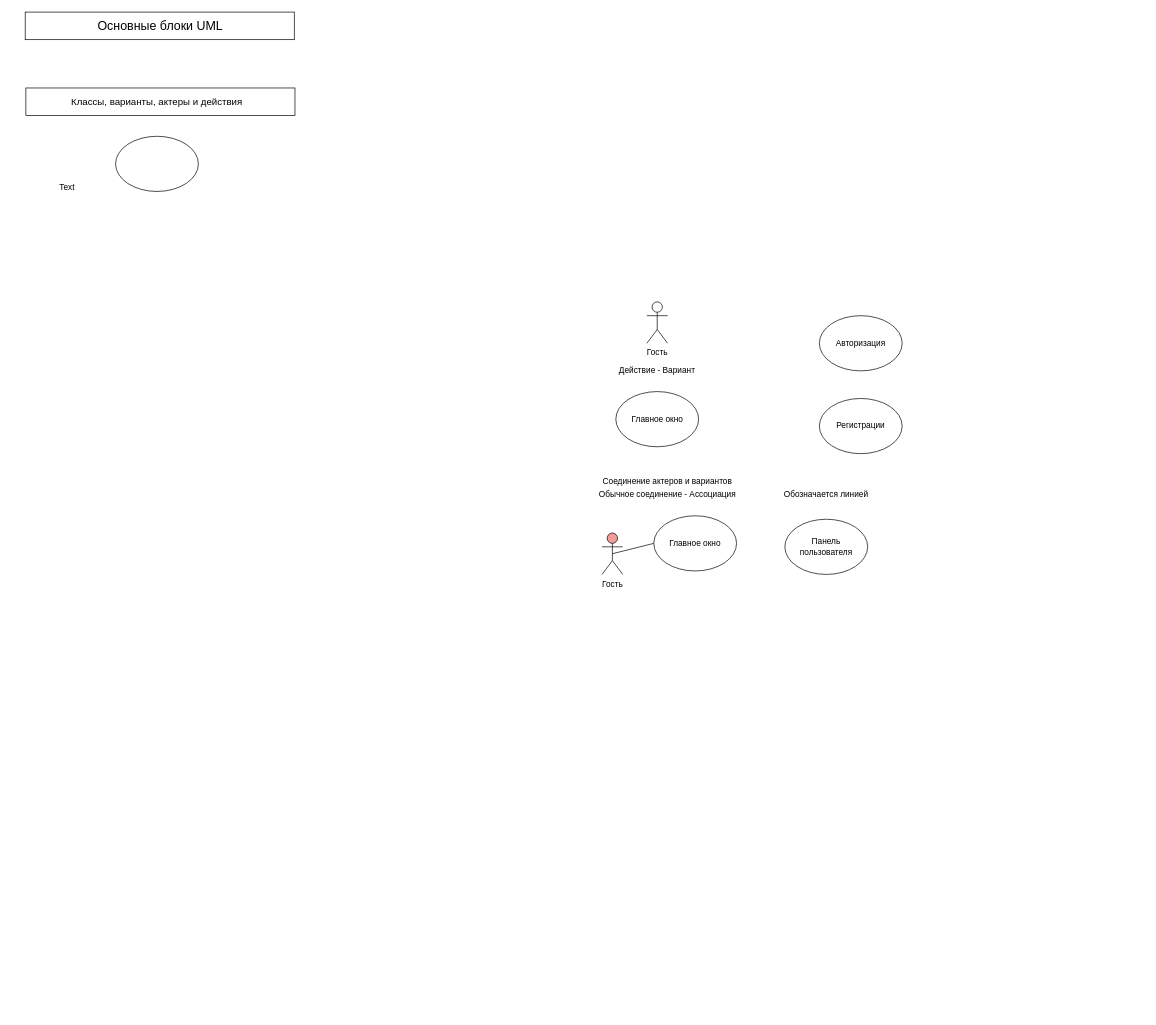
Before: вариант лекция.drawio in Mans0406/task1-22iSandP, a draw.io diagram. Source tidied: cells renumbered, new cells numbered last; positions are measured from the earlier drawing's top-left corner, leaving out a move shared by most shapes. Both pictures are drawn from the tidied source at 69%, with x=0, y=0 at pixel (12, 12).
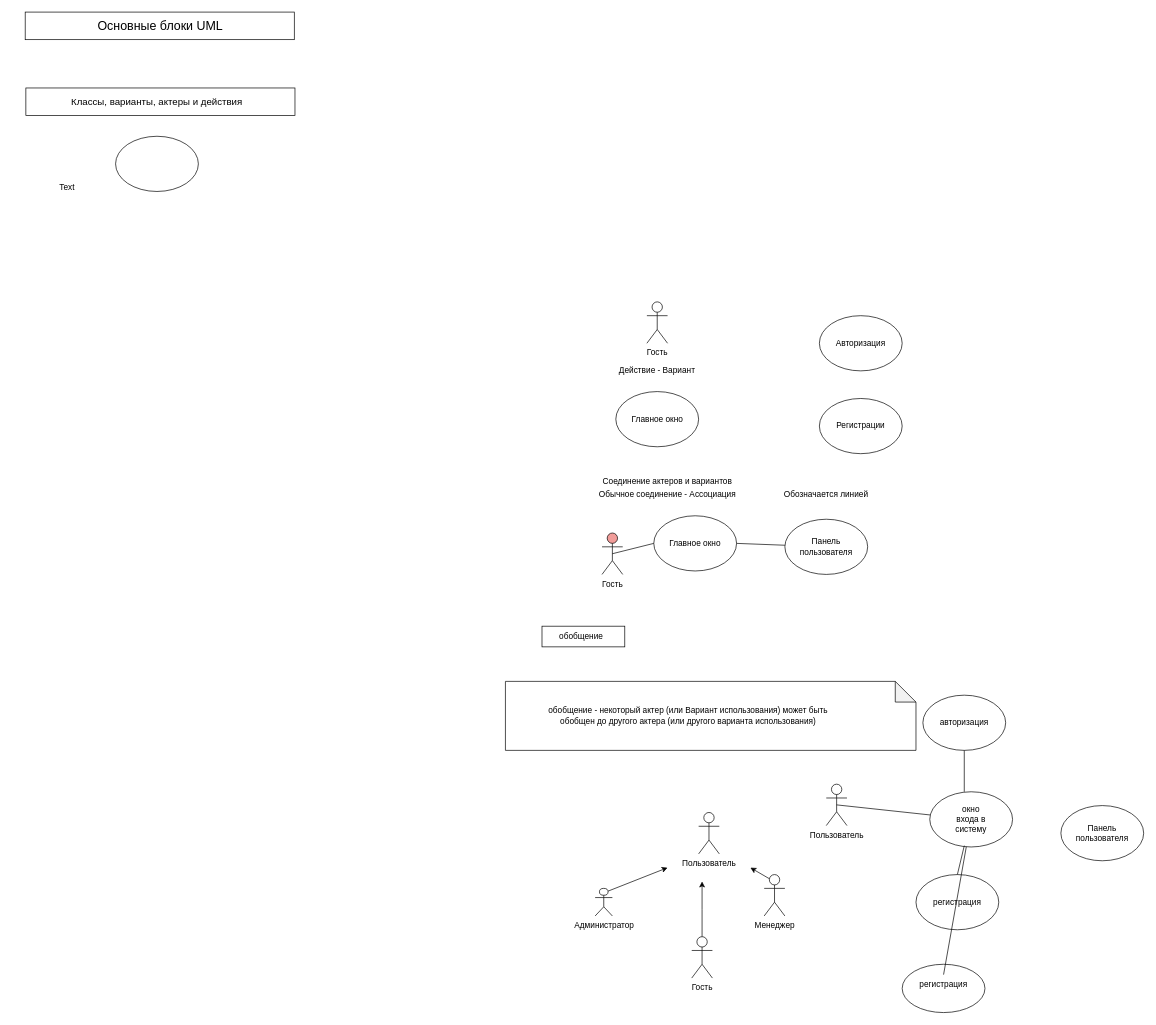
The same diagram, later.

Unchanged cells that the change refers to:
```xml
<mxCell id="23" style="ellipse;whiteSpace=wrap;html=1;" parent="1" vertex="1">
  <mxGeometry x="1120" y="735" width="120" height="80" as="geometry" />
</mxCell>
```

Change to the diagram source:
```diff
@@
+    <mxCell id="25" style="rounded=0;jettySize=auto;html=1;endArrow=none;endFill=0;" parent="1" edge="1" target="23">
+      <mxGeometry relative="1" as="geometry">
+        <mxPoint x="1050" y="770" as="sourcePoint" />
+      </mxGeometry>
+    </mxCell>
@@
+    <mxCell id="26" style="rounded=0;whiteSpace=wrap;html=1;" parent="1" vertex="1">
+      <mxGeometry x="768" y="890" width="120" height="30" as="geometry" />
+    </mxCell>
+    <mxCell id="27" value="обобщение" style="text;html=1;align=center;verticalAlign=middle;whiteSpace=wrap;rounded=0;" parent="1" vertex="1">
+      <mxGeometry x="795" y="890" width="60" height="30" as="geometry" />
+    </mxCell>
+    <mxCell id="28" style="shape=note;whiteSpace=wrap;html=1;backgroundOutline=1;darkOpacity=0.05;" parent="1" vertex="1">
+      <mxGeometry x="715" y="970" width="595" height="100" as="geometry" />
+    </mxCell>
+    <mxCell id="29" value="обобщение - некоторый актер (или Вариант использования) может быть обобщен до другого актера (или другого варианта использования)" style="text;html=1;align=center;verticalAlign=middle;whiteSpace=wrap;rounded=0;" parent="1" vertex="1">
+      <mxGeometry x="750" y="980" width="460" height="80" as="geometry" />
+    </mxCell>
+    <mxCell id="30" value="Пользователь" style="shape=umlActor;verticalLabelPosition=bottom;verticalAlign=top;html=1;" parent="1" vertex="1">
+      <mxGeometry x="995" y="1160" width="30" height="60" as="geometry" />
+    </mxCell>
+    <mxCell id="31" style="rounded=0;jettySize=auto;html=1;exitX=0.75;exitY=0.1;exitDx=0;exitDy=0;exitPerimeter=0;" parent="1" edge="1" source="32">
+      <mxGeometry relative="1" as="geometry">
+        <mxPoint x="950" y="1240" as="targetPoint" />
+      </mxGeometry>
+    </mxCell>
+    <mxCell id="32" value="Администратор" style="shape=umlActor;verticalLabelPosition=bottom;verticalAlign=top;html=1;outlineConnect=0;" parent="1" vertex="1">
+      <mxGeometry x="845" y="1270" width="25" height="40" as="geometry" />
+    </mxCell>
+    <mxCell id="33" style="rounded=0;jettySize=auto;html=1;exitX=0.25;exitY=0.1;exitDx=0;exitDy=0;exitPerimeter=0;" parent="1" edge="1" source="34">
+      <mxGeometry relative="1" as="geometry">
+        <mxPoint x="1070" y="1240" as="targetPoint" />
+      </mxGeometry>
+    </mxCell>
+    <mxCell id="34" value="Менеджер" style="shape=umlActor;verticalLabelPosition=bottom;verticalAlign=top;html=1;outlineConnect=0;" parent="1" vertex="1">
+      <mxGeometry x="1090" y="1250" width="30" height="60" as="geometry" />
+    </mxCell>
+    <mxCell id="35" style="edgeStyle=orthogonalEdgeStyle;rounded=0;jettySize=auto;html=1;exitX=0.5;exitY=0;exitDx=0;exitDy=0;exitPerimeter=0;" parent="1" edge="1" source="36">
+      <mxGeometry relative="1" as="geometry">
+        <mxPoint x="1000" y="1260" as="targetPoint" />
+      </mxGeometry>
+    </mxCell>
+    <mxCell id="36" value="Гость" style="shape=umlActor;verticalLabelPosition=bottom;verticalAlign=top;html=1;outlineConnect=0;" parent="1" vertex="1">
+      <mxGeometry x="985" y="1340" width="30" height="60" as="geometry" />
+    </mxCell>
+    <mxCell id="37" style="rounded=0;jettySize=auto;html=1;exitX=0.5;exitY=0.5;exitDx=0;exitDy=0;exitPerimeter=0;endArrow=none;endFill=0;" parent="1" edge="1" source="38" target="39">
+      <mxGeometry relative="1" as="geometry" />
+    </mxCell>
+    <mxCell id="38" value="Пользователь" style="shape=umlActor;verticalLabelPosition=bottom;verticalAlign=top;html=1;outlineConnect=0;" parent="1" vertex="1">
+      <mxGeometry x="1180" y="1119" width="30" height="60" as="geometry" />
+    </mxCell>
+    <mxCell id="39" style="ellipse;whiteSpace=wrap;html=1;" parent="1" vertex="1">
+      <mxGeometry x="1330" y="1130" width="120" height="80" as="geometry" />
+    </mxCell>
+    <mxCell id="40" value="окно входа в систему" style="text;html=1;align=center;verticalAlign=middle;whiteSpace=wrap;rounded=0;" parent="1" vertex="1">
+      <mxGeometry x="1360" y="1155" width="60" height="30" as="geometry" />
+    </mxCell>
+    <mxCell id="41" style="ellipse;whiteSpace=wrap;html=1;" parent="1" vertex="1">
+      <mxGeometry x="1320" y="990" width="120" height="80" as="geometry" />
+    </mxCell>
+    <mxCell id="42" value="авторизация" style="text;html=1;align=center;verticalAlign=middle;whiteSpace=wrap;rounded=0;" parent="1" vertex="1">
+      <mxGeometry x="1350" y="1015" width="60" height="30" as="geometry" />
+    </mxCell>
+    <mxCell id="43" style="ellipse;whiteSpace=wrap;html=1;" parent="1" vertex="1">
+      <mxGeometry x="1310" y="1250" width="120" height="80" as="geometry" />
+    </mxCell>
+    <mxCell id="44" value="регистрация" style="text;html=1;align=center;verticalAlign=middle;whiteSpace=wrap;rounded=0;" parent="1" vertex="1">
+      <mxGeometry x="1340" y="1275" width="60" height="30" as="geometry" />
+    </mxCell>
+    <mxCell id="45" style="rounded=0;jettySize=auto;html=1;exitX=0.5;exitY=1;exitDx=0;exitDy=0;endArrow=none;endFill=0;" parent="1" edge="1" source="41">
+      <mxGeometry relative="1" as="geometry">
+        <mxPoint x="1380" y="1130" as="targetPoint" />
+      </mxGeometry>
+    </mxCell>
+    <mxCell id="46" style="rounded=0;jettySize=auto;html=1;exitX=0.5;exitY=0;exitDx=0;exitDy=0;entryX=0.417;entryY=0.975;entryDx=0;entryDy=0;entryPerimeter=0;endArrow=none;endFill=0;" parent="1" edge="1" source="43" target="39">
+      <mxGeometry relative="1" as="geometry" />
+    </mxCell>
+    <mxCell id="47" style="ellipse;whiteSpace=wrap;html=1;" parent="1" vertex="1">
+      <mxGeometry x="1290" y="1380" width="120" height="70" as="geometry" />
+    </mxCell>
+    <mxCell id="48" style="rounded=0;jettySize=auto;html=1;exitX=0.5;exitY=0;exitDx=0;exitDy=0;endArrow=none;endFill=0;" parent="1" edge="1" source="49" target="39">
+      <mxGeometry relative="1" as="geometry" />
+    </mxCell>
+    <mxCell id="49" value="регистрация" style="text;html=1;align=center;verticalAlign=middle;whiteSpace=wrap;rounded=0;" parent="1" vertex="1">
+      <mxGeometry x="1320" y="1395" width="60" height="30" as="geometry" />
+    </mxCell>
+    <mxCell id="50" style="ellipse;whiteSpace=wrap;html=1;" parent="1" vertex="1">
+      <mxGeometry x="1520" y="1150" width="120" height="80" as="geometry" />
+    </mxCell>
+    <mxCell id="51" value="Панель пользователя" style="text;html=1;align=center;verticalAlign=middle;whiteSpace=wrap;rounded=0;" parent="1" vertex="1">
+      <mxGeometry x="1550" y="1175" width="60" height="30" as="geometry" />
+    </mxCell>
```
